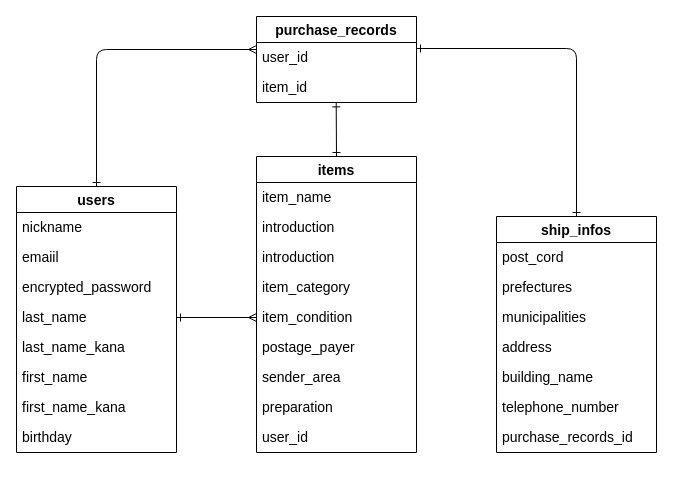
Above: furima.dio in hso-sue/furima-38308 (draw.io), before the change. Source tidied: cells renumbered, new cells numbered last; positions are measured from the earlier drawing's top-left corner, leaving out a move shared by most shapes. Both pictures are drawn from the tidied source at 100%, with x=0, y=0 at pixel (16, 16).
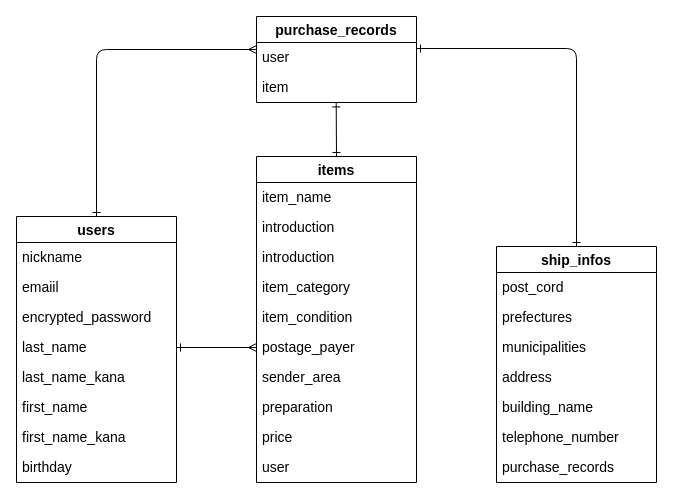
The same page after the edit.

Commit message (it also covers changes not shown here):
データ破損のため修正

The change refers to these unchanged cells:
```xml
<mxCell id="2" value="purchase_records" style="swimlane;fontStyle=1;horizontal=1;startSize=26;align=center;fontSize=14;" parent="1" vertex="1">
  <mxGeometry x="240" width="160" height="86" as="geometry" />
</mxCell>
<mxCell id="19" value="last_name" style="text;strokeColor=none;fillColor=none;spacingLeft=4;spacingRight=4;overflow=hidden;points=[[0,0.5],[1,0.5]];portConstraint=eastwest;fontSize=14;" parent="15" vertex="1">
  <mxGeometry y="116" width="160" height="30" as="geometry" />
</mxCell>
<mxCell id="30" value="item_condition" style="text;strokeColor=none;fillColor=none;spacingLeft=4;spacingRight=4;overflow=hidden;points=[[0,0.5],[1,0.5]];portConstraint=eastwest;fontSize=14;" parent="25" vertex="1">
  <mxGeometry y="146" width="160" height="30" as="geometry" />
</mxCell>
<mxCell id="31" value="postage_payer" style="text;strokeColor=none;fillColor=none;spacingLeft=4;spacingRight=4;overflow=hidden;points=[[0,0.5],[1,0.5]];portConstraint=eastwest;fontSize=14;" parent="25" vertex="1">
  <mxGeometry y="176" width="160" height="30" as="geometry" />
</mxCell>
```

The edit, as a diff of the source:
```diff
@@
-    <mxCell id="3" value="user_id" style="text;strokeColor=none;fillColor=none;spacingLeft=4;spacingRight=4;overflow=hidden;fontSize=14;" parent="2" vertex="1">
+    <mxCell id="3" value="user" style="text;strokeColor=none;fillColor=none;spacingLeft=4;spacingRight=4;overflow=hidden;fontSize=14;" parent="2" vertex="1">
       <mxGeometry y="26" width="160" height="30" as="geometry" />
     </mxCell>
-    <mxCell id="4" value="item_id" style="text;strokeColor=none;fillColor=none;spacingLeft=4;spacingRight=4;overflow=hidden;fontSize=14;" parent="2" vertex="1">
+    <mxCell id="4" value="item" style="text;strokeColor=none;fillColor=none;spacingLeft=4;spacingRight=4;overflow=hidden;fontSize=14;" parent="2" vertex="1">
       <mxGeometry y="56" width="160" height="30" as="geometry" />
     </mxCell>
@@
     <mxCell id="6" value="ship_infos" style="swimlane;fontStyle=1;horizontal=1;startSize=26;align=center;fontSize=14;" parent="1" vertex="1">
-      <mxGeometry x="480" y="200" width="160" height="236" as="geometry" />
+      <mxGeometry x="480" y="230" width="160" height="236" as="geometry" />
     </mxCell>
@@
-    <mxCell id="13" value="purchase_records_id" style="text;strokeColor=none;fillColor=none;spacingLeft=4;spacingRight=4;overflow=hidden;fontSize=14;" parent="6" vertex="1">
+    <mxCell id="13" value="purchase_records" style="text;strokeColor=none;fillColor=none;spacingLeft=4;spacingRight=4;overflow=hidden;fontSize=14;" parent="6" vertex="1">
       <mxGeometry y="206" width="160" height="30" as="geometry" />
     </mxCell>
@@
     <mxCell id="15" value="users" style="swimlane;fontStyle=1;horizontal=1;startSize=26;align=center;fontSize=14;" parent="1" vertex="1">
-      <mxGeometry y="170" width="160" height="266" as="geometry" />
+      <mxGeometry y="200" width="160" height="266" as="geometry" />
     </mxCell>
@@
     <mxCell id="25" value="items" style="swimlane;fontStyle=1;horizontal=1;startSize=26;align=center;fontSize=14;" parent="1" vertex="1">
-      <mxGeometry x="240" y="140" width="160" height="296" as="geometry" />
+      <mxGeometry x="240" y="140" width="160" height="326" as="geometry" />
     </mxCell>
@@
+    <mxCell id="36" value="preparation" style="text;strokeColor=none;fillColor=none;spacingLeft=4;spacingRight=4;overflow=hidden;fontSize=14;" parent="25" vertex="1">
+      <mxGeometry y="236" width="160" height="30" as="geometry" />
+    </mxCell>
-    <mxCell id="33" value="preparation" style="text;strokeColor=none;fillColor=none;spacingLeft=4;spacingRight=4;overflow=hidden;fontSize=14;" parent="25" vertex="1">
-      <mxGeometry y="236" width="160" height="30" as="geometry" />
+    <mxCell id="33" value="price" style="text;strokeColor=none;fillColor=none;spacingLeft=4;spacingRight=4;overflow=hidden;fontSize=14;" parent="25" vertex="1">
+      <mxGeometry y="266" width="160" height="30" as="geometry" />
     </mxCell>
-    <mxCell id="34" value="user_id" style="text;strokeColor=none;fillColor=none;spacingLeft=4;spacingRight=4;overflow=hidden;fontSize=14;" parent="25" vertex="1">
-      <mxGeometry y="266" width="160" height="30" as="geometry" />
+    <mxCell id="34" value="user" style="text;strokeColor=none;fillColor=none;spacingLeft=4;spacingRight=4;overflow=hidden;fontSize=14;" parent="25" vertex="1">
+      <mxGeometry y="296" width="160" height="30" as="geometry" />
     </mxCell>
-    <mxCell id="35" style="edgeStyle=none;rounded=1;html=1;exitX=1;exitY=0.5;exitDx=0;exitDy=0;fontSize=14;startArrow=ERone;startFill=0;endArrow=ERmany;endFill=0;targetPerimeterSpacing=0;strokeWidth=1;entryX=0;entryY=0.5;entryDx=0;entryDy=0;" parent="1" edge="1" source="19" target="30">
+    <mxCell id="35" style="edgeStyle=none;rounded=1;html=1;exitX=1;exitY=0.5;exitDx=0;exitDy=0;fontSize=14;startArrow=ERone;startFill=0;endArrow=ERmany;endFill=0;targetPerimeterSpacing=0;strokeWidth=1;entryX=0;entryY=0.5;entryDx=0;entryDy=0;" parent="1" edge="1" source="19" target="31">
       <mxGeometry relative="1" as="geometry" />
     </mxCell>
```
